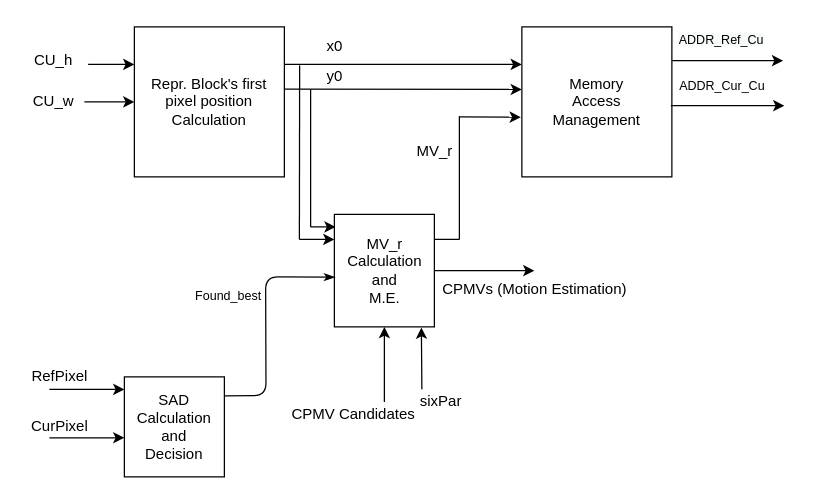
Earlier version of the draw.io diagram page "Appr. AME - HL" (4 of 9) of AME-block_diagram.drawio (CostantinoTaranto/AME_Block-Diagram). Source tidied: cells renumbered, new cells numbered last; positions are measured from the earlier drawing's top-left corner, leaving out a move shared by most shapes. Both pictures are drawn from the tidied source at 125%, with x=0, y=0 at pixel (21, 21).
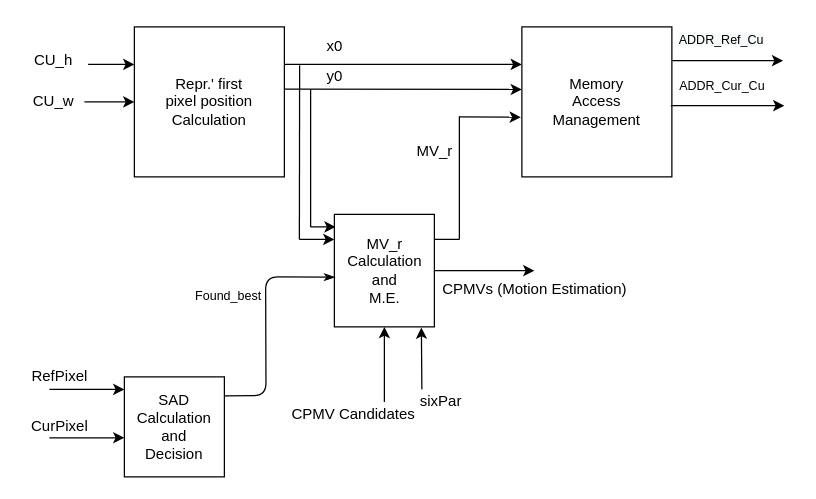
The same diagram, later.

Diff of the diagram source:
```diff
@@
-    <mxCell id="2" value="Repr. Block's first&lt;br&gt;pixel position&lt;br&gt;Calculation" style="rounded=0;whiteSpace=wrap;html=1;" parent="1" vertex="1">
+    <mxCell id="2" value="Repr.' first&lt;br&gt;pixel position&lt;br&gt;Calculation" style="rounded=0;whiteSpace=wrap;html=1;" parent="1" vertex="1">
       <mxGeometry x="90" y="4" width="120" height="120" as="geometry" />
     </mxCell>
```
